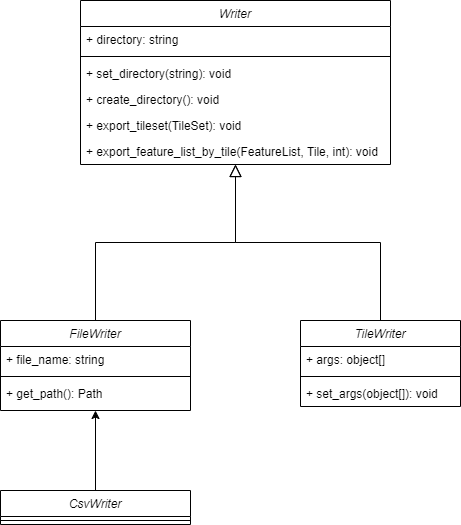
Before: docs/UML_Writers.png, a diagram exported from draw.io (VCityTeam/pySunlight). Source tidied: cells renumbered, new cells last; positions are measured from the earlier drawing's top-left corner, leaving out a move shared by most shapes.
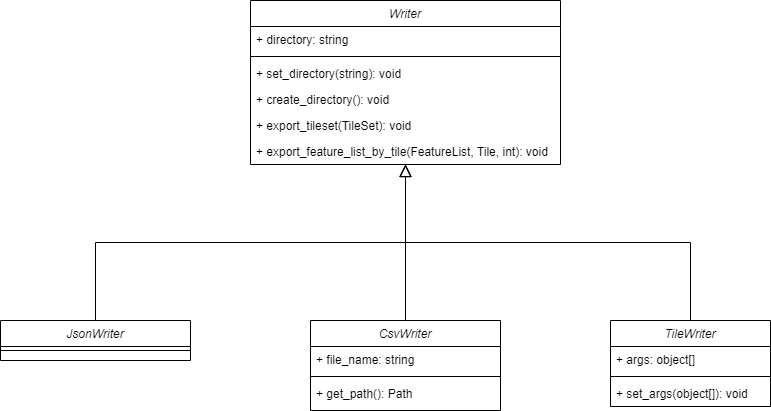
Above is the later version.

Commit message:
Update writers diagram

The edit, as a diff of the source:
```diff
@@ -3,7 +3,7 @@
     <mxCell id="0" />
     <mxCell id="1" parent="0" />
     <mxCell id="2" value="Writer" style="swimlane;fontStyle=2;align=center;verticalAlign=top;horizontal=1;startSize=26;rounded=0;shadow=0;strokeWidth=1;" parent="1" vertex="1">
-      <mxGeometry x="80" width="310" height="164" as="geometry" />
+      <mxGeometry x="-60" width="310" height="164" as="geometry" />
     </mxCell>
     <mxCell id="3" value="+ directory: string" style="text;align=left;verticalAlign=top;spacingLeft=4;spacingRight=4;overflow=hidden;" parent="2" vertex="1">
       <mxGeometry y="26" width="310" height="26" as="geometry" />
@@ -23,7 +23,7 @@
     <mxCell id="8" value="+ export_feature_list_by_tile(FeatureList, Tile, int): void" style="text;align=left;verticalAlign=top;spacingLeft=4;spacingRight=4;overflow=hidden;" parent="2" vertex="1">
       <mxGeometry y="138" width="310" height="26" as="geometry" />
     </mxCell>
-    <mxCell id="9" value="FileWriter" style="swimlane;fontStyle=2;align=center;verticalAlign=top;horizontal=1;startSize=26;rounded=0;shadow=0;strokeWidth=1;" parent="1" vertex="1">
+    <mxCell id="9" value="CsvWriter" style="swimlane;fontStyle=2;align=center;verticalAlign=top;horizontal=1;startSize=26;rounded=0;shadow=0;strokeWidth=1;" parent="1" vertex="1">
       <mxGeometry y="320" width="190" height="90" as="geometry" />
     </mxCell>
     <mxCell id="10" value="+ file_name: string" style="text;align=left;verticalAlign=top;spacingLeft=4;spacingRight=4;overflow=hidden;" parent="9" vertex="1">
@@ -53,14 +53,14 @@
     <mxCell id="18" style="endArrow=block;endSize=10;endFill=0;shadow=0;strokeWidth=1;rounded=0;edgeStyle=elbowEdgeStyle;elbow=vertical;exitX=0.5;exitY=0;exitDx=0;exitDy=0;" parent="1" edge="1" source="14" target="2">
       <mxGeometry relative="1" as="geometry" />
     </mxCell>
-    <mxCell id="19" style="edgeStyle=none;html=1;entryX=0.5;entryY=1;entryDx=0;entryDy=0;" parent="1" edge="1" source="20" target="9">
-      <mxGeometry relative="1" as="geometry" />
+    <mxCell id="19" value="JsonWriter" style="swimlane;fontStyle=2;align=center;verticalAlign=top;horizontal=1;startSize=26;rounded=0;shadow=0;strokeWidth=1;" parent="1" vertex="1">
+      <mxGeometry x="-310" y="320" width="190" height="40" as="geometry" />
     </mxCell>
-    <mxCell id="20" value="CsvWriter" style="swimlane;fontStyle=2;align=center;verticalAlign=top;horizontal=1;startSize=26;rounded=0;shadow=0;strokeWidth=1;" parent="1" vertex="1">
-      <mxGeometry y="490" width="190" height="34" as="geometry" />
-    </mxCell>
-    <mxCell id="21" style="line;html=1;strokeWidth=1;align=left;verticalAlign=middle;spacingTop=-1;spacingLeft=3;spacingRight=3;labelPosition=right;" parent="20" vertex="1">
+    <mxCell id="21" style="line;html=1;strokeWidth=1;align=left;verticalAlign=middle;spacingTop=-1;spacingLeft=3;spacingRight=3;labelPosition=right;" parent="19" vertex="1">
       <mxGeometry y="26" width="190" height="8" as="geometry" />
     </mxCell>
+    <mxCell id="22" style="endArrow=block;endSize=10;endFill=0;shadow=0;strokeWidth=1;rounded=0;edgeStyle=elbowEdgeStyle;elbow=vertical;exitX=0.5;exitY=0;exitDx=0;exitDy=0;" parent="1" edge="1" source="19" target="2">
+      <mxGeometry relative="1" as="geometry" />
+    </mxCell>
   </root>
 </mxGraphModel>
```
